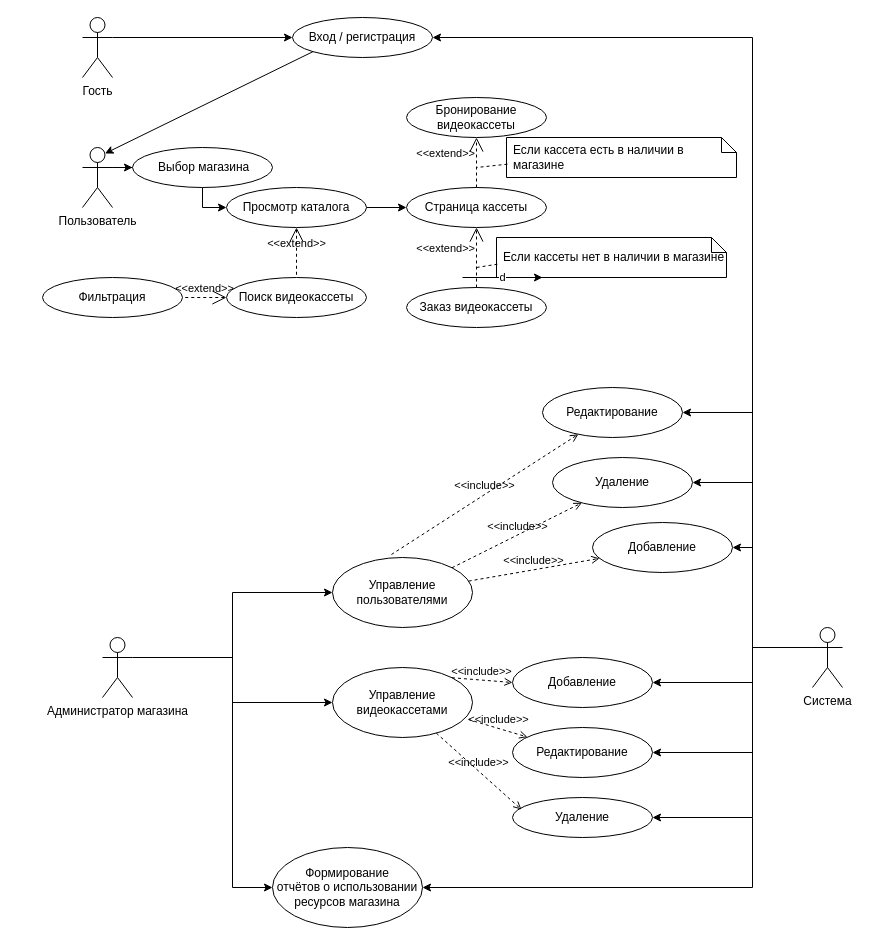
fishmanDK/miet_project keeps this draw.io diagram as use-case.drawio. Above is the earlier version. Source tidied: cells renumbered, new cells numbered last; positions are measured from the earlier drawing's top-left corner, leaving out a move shared by most shapes. Both pictures are drawn from the tidied source at 100%, with x=0, y=0 at pixel (42, 17).
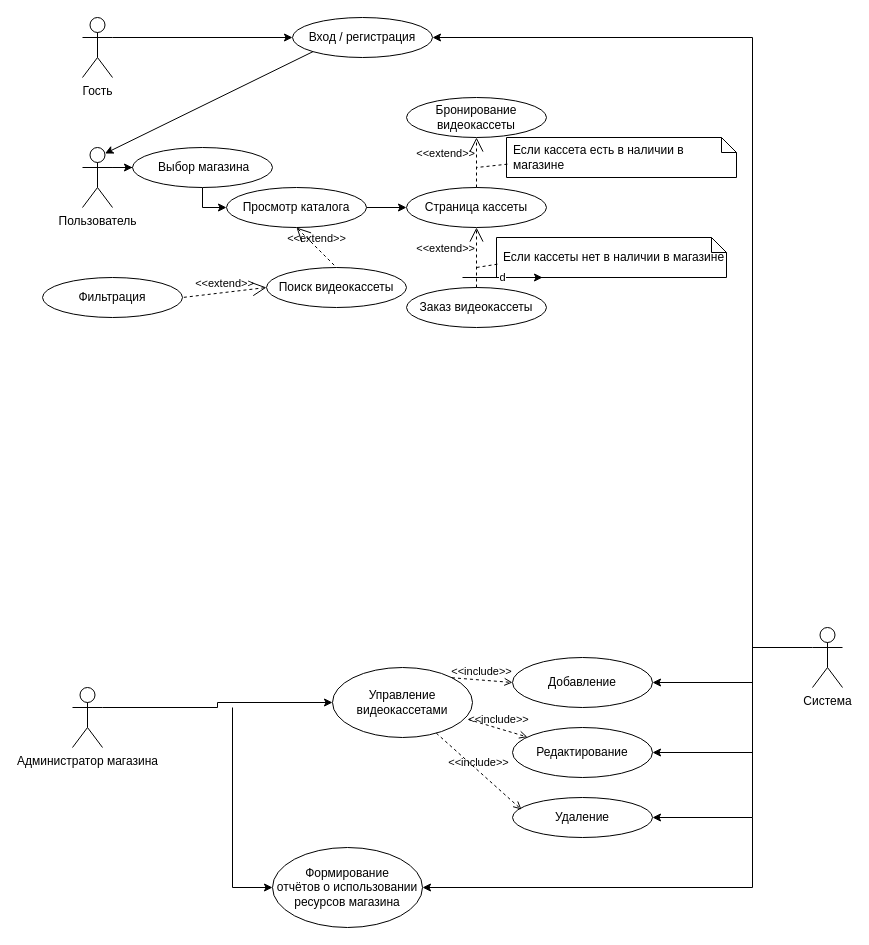
Above is the later version.

Unchanged cells that the change refers to:
```xml
<mxCell id="6" value="Вход / регистрация" style="ellipse;whiteSpace=wrap;html=1;" parent="1" vertex="1">
  <mxGeometry x="250" width="140" height="40" as="geometry" />
</mxCell>
<mxCell id="29" value="Система" style="shape=umlActor;verticalLabelPosition=bottom;verticalAlign=top;html=1;outlineConnect=0;" parent="1" vertex="1">
  <mxGeometry x="770" y="610" width="30" height="60" as="geometry" />
</mxCell>
<mxCell id="49" value="Формирование&lt;br&gt;отчётов о использовании ресурсов магазина" style="ellipse;whiteSpace=wrap;html=1;" parent="1" vertex="1">
  <mxGeometry x="230" y="830" width="150" height="80" as="geometry" />
</mxCell>
```

What changed in the source:
```diff
@@
     <mxCell id="3" value="Администратор магазина" style="shape=umlActor;verticalLabelPosition=bottom;verticalAlign=top;html=1;outlineConnect=0;" parent="1" vertex="1">
-      <mxGeometry x="60" y="620" width="30" height="60" as="geometry" />
+      <mxGeometry x="30" y="670" width="30" height="60" as="geometry" />
     </mxCell>
@@
     <mxCell id="9" value="Поиск видеокассеты" style="ellipse;whiteSpace=wrap;html=1;" parent="1" vertex="1">
-      <mxGeometry x="184" y="260" width="140" height="40" as="geometry" />
+      <mxGeometry x="224" y="250" width="140" height="40" as="geometry" />
     </mxCell>
@@
-    <mxCell id="13" value="Управление пользователями" style="ellipse;whiteSpace=wrap;html=1;" parent="1" vertex="1">
-      <mxGeometry x="290" y="540" width="140" height="70" as="geometry" />
-    </mxCell>
@@
-    <mxCell id="17" value="Добавление" style="ellipse;whiteSpace=wrap;html=1;" parent="1" vertex="1">
-      <mxGeometry x="550" y="505" width="140" height="50" as="geometry" />
-    </mxCell>
-    <mxCell id="18" value="Удаление" style="ellipse;whiteSpace=wrap;html=1;" parent="1" vertex="1">
-      <mxGeometry x="510" y="440" width="140" height="50" as="geometry" />
-    </mxCell>
-    <mxCell id="19" value="Редактирование" style="ellipse;whiteSpace=wrap;html=1;" parent="1" vertex="1">
-      <mxGeometry x="500" y="370" width="140" height="50" as="geometry" />
-    </mxCell>
-    <mxCell id="20" value="&amp;lt;&amp;lt;include&amp;gt;&amp;gt;" style="html=1;endArrow=open;verticalAlign=bottom;dashed=1;labelBackgroundColor=none;rounded=0;exitX=0.421;exitY=-0.043;exitDx=0;exitDy=0;exitPerimeter=0;" parent="1" edge="1" source="13" target="19">
-      <mxGeometry relative="1" as="geometry" />
-    </mxCell>
-    <mxCell id="21" value="&amp;lt;&amp;lt;include&amp;gt;&amp;gt;" style="html=1;endArrow=open;verticalAlign=bottom;dashed=1;labelBackgroundColor=none;rounded=0;exitX=1;exitY=0;exitDx=0;exitDy=0;" parent="1" edge="1" source="13" target="18">
-      <mxGeometry relative="1" as="geometry" />
-    </mxCell>
-    <mxCell id="22" value="&amp;lt;&amp;lt;include&amp;gt;&amp;gt;" style="html=1;endArrow=open;verticalAlign=bottom;dashed=1;labelBackgroundColor=none;rounded=0;" parent="1" edge="1" source="13" target="17">
-      <mxGeometry relative="1" as="geometry" />
-    </mxCell>
@@
-    <mxCell id="26" style="rounded=0;jettySize=auto;html=1;exitX=0;exitY=0.3333333333333333;exitDx=0;exitDy=0;exitPerimeter=0;entryX=1;entryY=0.5;entryDx=0;entryDy=0;edgeStyle=elbowEdgeStyle;" parent="1" edge="1" source="29" target="19">
-      <mxGeometry relative="1" as="geometry">
-        <Array as="points">
-          <mxPoint x="710" y="380" />
-          <mxPoint x="710" y="400" />
-        </Array>
-      </mxGeometry>
-    </mxCell>
-    <mxCell id="27" style="edgeStyle=orthogonalEdgeStyle;rounded=0;jettySize=auto;html=1;exitX=0;exitY=0.3333333333333333;exitDx=0;exitDy=0;exitPerimeter=0;entryX=1;entryY=0.5;entryDx=0;entryDy=0;" parent="1" edge="1" source="29" target="18">
-      <mxGeometry relative="1" as="geometry">
-        <Array as="points">
-          <mxPoint x="710" y="630" />
-          <mxPoint x="710" y="465" />
-        </Array>
-      </mxGeometry>
-    </mxCell>
@@
-    <mxCell id="30" style="endArrow=classic;html=1;rounded=0;entryX=1;entryY=0.5;entryDx=0;entryDy=0;" parent="1" edge="1" target="17">
-      <mxGeometry relative="1" as="geometry">
-        <mxPoint x="710" y="530" as="sourcePoint" />
-      </mxGeometry>
-    </mxCell>
@@
     <mxCell id="33" style="endArrow=classic;html=1;rounded=0;entryX=1;entryY=0.5;entryDx=0;entryDy=0;edgeStyle=orthogonalEdgeStyle;" parent="1" edge="1" target="6">
       <mxGeometry relative="1" as="geometry">
-        <mxPoint x="710" y="400" as="sourcePoint" />
+        <mxPoint x="710" y="640" as="sourcePoint" />
         <Array as="points">
           <mxPoint x="710" y="20" />
         </Array>
       </mxGeometry>
     </mxCell>
@@
-    <mxCell id="48" style="edgeStyle=elbowEdgeStyle;rounded=0;jettySize=auto;html=1;entryX=0;entryY=0.5;entryDx=0;entryDy=0;exitX=1;exitY=0.3333333333333333;exitDx=0;exitDy=0;exitPerimeter=0;" parent="1" edge="1" target="49">
+    <mxCell id="48" style="edgeStyle=elbowEdgeStyle;rounded=0;jettySize=auto;html=1;entryX=0;entryY=0.5;entryDx=0;entryDy=0;" parent="1" edge="1" target="49">
       <mxGeometry relative="1" as="geometry">
-        <mxPoint x="100" y="640" as="sourcePoint" />
+        <mxPoint x="190" y="690" as="sourcePoint" />
         <Array as="points">
           <mxPoint x="190" y="720" />
         </Array>
       </mxGeometry>
     </mxCell>
@@
-    <mxCell id="50" style="endArrow=classic;html=1;rounded=0;entryX=0;entryY=0.5;entryDx=0;entryDy=0;edgeStyle=elbowEdgeStyle;" parent="1" edge="1" target="13">
-      <mxGeometry relative="1" as="geometry">
-        <mxPoint x="190" y="640" as="sourcePoint" />
-        <Array as="points">
-          <mxPoint x="190" y="600" />
-        </Array>
-      </mxGeometry>
-    </mxCell>
```
